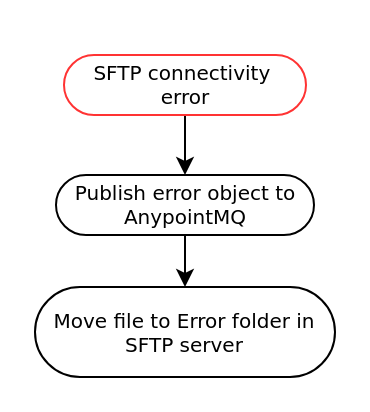
The draw.io diagram page "Error case 2" (11 of 18) of Copy of eInvoicing API Led.drawio in ahernandez1129/anypoint, before the edit. Source tidied: cells renumbered, new cells numbered last; positions are measured from the earlier drawing's top-left corner, leaving out a move shared by most shapes. Both pictures are drawn from the tidied source at 200%, with x=0, y=0 at pixel (34, 54).
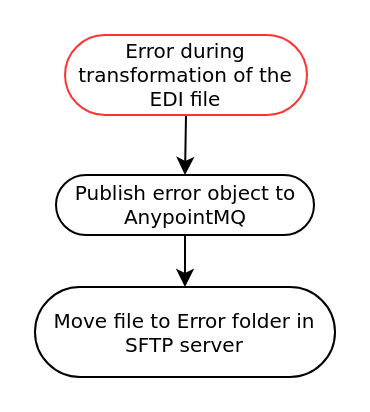
The same page after the edit.

Diff of the diagram source:
```diff
@@
 <mxGraphModel>
   <root>
     <mxCell id="0" />
     <mxCell id="1" parent="0" />
     <mxCell id="2" style="edgeStyle=orthogonalEdgeStyle;rounded=1;jettySize=auto;html=1;exitX=0.5;exitY=1;exitDx=0;exitDy=0;entryX=0.5;entryY=0;entryDx=0;entryDy=0;strokeWidth=1;fontSize=10;" parent="1" edge="1" source="3" target="5">
       <mxGeometry relative="1" as="geometry" />
     </mxCell>
-    <mxCell id="3" value="&lt;font style=&quot;font-size: 10px;&quot;&gt;SFTP connectivity&amp;nbsp;&lt;br style=&quot;font-size: 10px;&quot;&gt;error&lt;br style=&quot;font-size: 10px;&quot;&gt;&lt;/font&gt;" style="rounded=1;whiteSpace=wrap;html=1;shadow=0;comic=0;labelBackgroundColor=none;strokeColor=#FF3333;strokeWidth=1;fillColor=#ffffff;fontFamily=Verdana;fontSize=10;fontColor=#000000;align=center;arcSize=50;" parent="1" vertex="1">
-      <mxGeometry x="14.5" width="121" height="30" as="geometry" />
+    <mxCell id="3" value="&lt;font style=&quot;font-size: 10px&quot;&gt;Error during transformation of the EDI file&lt;br style=&quot;font-size: 10px&quot;&gt;&lt;/font&gt;" style="rounded=1;whiteSpace=wrap;html=1;shadow=0;comic=0;labelBackgroundColor=none;strokeColor=#FF3333;strokeWidth=1;fillColor=#ffffff;fontFamily=Verdana;fontSize=10;fontColor=#000000;align=center;arcSize=50;" parent="1" vertex="1">
+      <mxGeometry x="15" y="-10" width="121" height="40" as="geometry" />
     </mxCell>
     <mxCell id="4" style="edgeStyle=orthogonalEdgeStyle;rounded=1;jettySize=auto;html=1;exitX=0.5;exitY=1;exitDx=0;exitDy=0;entryX=0.5;entryY=0;entryDx=0;entryDy=0;strokeWidth=1;fontSize=10;" parent="1" edge="1" source="5" target="6">
       <mxGeometry relative="1" as="geometry" />
     </mxCell>
     <mxCell id="5" value="&lt;span style=&quot;font-size: 10px;&quot;&gt;Publish error object to AnypointMQ&lt;/span&gt;" style="rounded=1;whiteSpace=wrap;html=1;shadow=0;comic=0;labelBackgroundColor=none;strokeColor=#000000;strokeWidth=1;fillColor=#ffffff;fontFamily=Verdana;fontSize=10;fontColor=#000000;align=center;arcSize=50;" parent="1" vertex="1">
       <mxGeometry x="10.5" y="60" width="129" height="30" as="geometry" />
     </mxCell>
     <mxCell id="6" value="&lt;span style=&quot;font-size: 10px&quot;&gt;Move file to Error folder in SFTP server&lt;/span&gt;" style="rounded=1;whiteSpace=wrap;html=1;shadow=0;comic=0;labelBackgroundColor=none;strokeColor=#000000;strokeWidth=1;fillColor=#ffffff;fontFamily=Verdana;fontSize=10;fontColor=#000000;align=center;arcSize=50;" parent="1" vertex="1">
       <mxGeometry y="116" width="150" height="45" as="geometry" />
     </mxCell>
   </root>
 </mxGraphModel>
```
